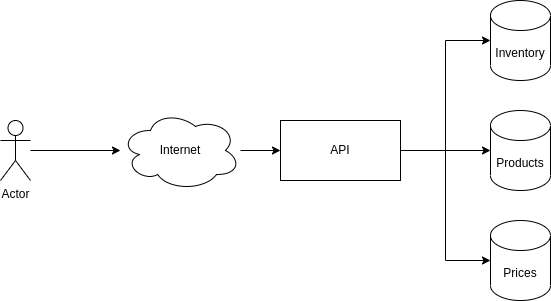
Before: public/images/posts/whats-an-api.png, a diagram exported from draw.io (alonsogutierrez/prodev-perspectives-fe). Source tidied: cells renumbered, new cells last; positions are measured from the earlier drawing's top-left corner, leaving out a move shared by most shapes.
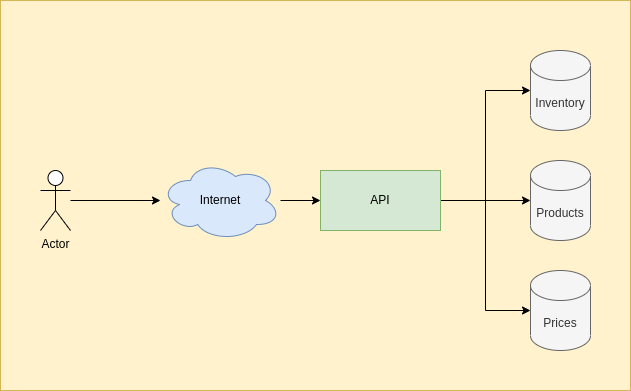
The same file after the commit.

Diff of the diagram source:
```diff
@@ -2,38 +2,41 @@
   <root>
     <mxCell id="0" />
     <mxCell id="1" parent="0" />
-    <mxCell id="2" style="edgeStyle=orthogonalEdgeStyle;rounded=0;jettySize=auto;html=1;" parent="1" edge="1" source="3" target="5">
-      <mxGeometry relative="1" as="geometry" />
+    <mxCell id="2" style="rounded=0;whiteSpace=wrap;html=1;fillColor=#fff2cc;strokeColor=#d6b656;" parent="1" vertex="1">
+      <mxGeometry x="-40" y="60" width="630" height="390" as="geometry" />
     </mxCell>
-    <mxCell id="3" value="Actor" style="shape=umlActor;verticalLabelPosition=bottom;verticalAlign=top;html=1;outlineConnect=0;" parent="1" vertex="1">
-      <mxGeometry y="120" width="30" height="60" as="geometry" />
+    <mxCell id="3" style="edgeStyle=orthogonalEdgeStyle;rounded=0;jettySize=auto;html=1;" parent="1" edge="1" source="4" target="6">
+      <mxGeometry relative="1" as="geometry" />
     </mxCell>
-    <mxCell id="4" style="edgeStyle=orthogonalEdgeStyle;rounded=0;jettySize=auto;html=1;" parent="1" edge="1" source="5" target="9">
-      <mxGeometry relative="1" as="geometry" />
+    <mxCell id="4" value="Actor" style="shape=umlActor;verticalLabelPosition=bottom;verticalAlign=top;html=1;outlineConnect=0;" parent="1" vertex="1">
+      <mxGeometry y="230" width="30" height="60" as="geometry" />
     </mxCell>
-    <mxCell id="5" value="Internet" style="ellipse;shape=cloud;whiteSpace=wrap;html=1;" parent="1" vertex="1">
-      <mxGeometry x="120" y="110" width="120" height="80" as="geometry" />
+    <mxCell id="5" style="edgeStyle=orthogonalEdgeStyle;rounded=0;jettySize=auto;html=1;" parent="1" edge="1" source="6" target="10">
+      <mxGeometry relative="1" as="geometry" />
     </mxCell>
-    <mxCell id="6" style="edgeStyle=orthogonalEdgeStyle;rounded=0;jettySize=auto;html=1;entryX=0;entryY=0.5;entryDx=0;entryDy=0;entryPerimeter=0;" parent="1" edge="1" source="9" target="10">
-      <mxGeometry relative="1" as="geometry" />
+    <mxCell id="6" value="Internet" style="ellipse;shape=cloud;whiteSpace=wrap;html=1;fillColor=#dae8fc;strokeColor=#6c8ebf;" parent="1" vertex="1">
+      <mxGeometry x="120" y="220" width="120" height="80" as="geometry" />
     </mxCell>
-    <mxCell id="7" style="edgeStyle=orthogonalEdgeStyle;rounded=0;jettySize=auto;html=1;" parent="1" edge="1" source="9" target="11">
+    <mxCell id="7" style="edgeStyle=orthogonalEdgeStyle;rounded=0;jettySize=auto;html=1;entryX=0;entryY=0.5;entryDx=0;entryDy=0;entryPerimeter=0;" parent="1" edge="1" source="10" target="11">
       <mxGeometry relative="1" as="geometry" />
     </mxCell>
-    <mxCell id="8" style="edgeStyle=orthogonalEdgeStyle;rounded=0;jettySize=auto;html=1;entryX=0;entryY=0.5;entryDx=0;entryDy=0;entryPerimeter=0;" parent="1" edge="1" source="9" target="12">
+    <mxCell id="8" style="edgeStyle=orthogonalEdgeStyle;rounded=0;jettySize=auto;html=1;" parent="1" edge="1" source="10" target="12">
       <mxGeometry relative="1" as="geometry" />
     </mxCell>
-    <mxCell id="9" value="API" style="rounded=0;whiteSpace=wrap;html=1;" parent="1" vertex="1">
-      <mxGeometry x="280" y="120" width="120" height="60" as="geometry" />
+    <mxCell id="9" style="edgeStyle=orthogonalEdgeStyle;rounded=0;jettySize=auto;html=1;entryX=0;entryY=0.5;entryDx=0;entryDy=0;entryPerimeter=0;" parent="1" edge="1" source="10" target="13">
+      <mxGeometry relative="1" as="geometry" />
     </mxCell>
-    <mxCell id="10" value="Inventory" style="shape=cylinder3;whiteSpace=wrap;html=1;boundedLbl=1;backgroundOutline=1;size=15;" parent="1" vertex="1">
-      <mxGeometry x="490" width="60" height="80" as="geometry" />
+    <mxCell id="10" value="API" style="rounded=0;whiteSpace=wrap;html=1;fillColor=#d5e8d4;strokeColor=#82b366;" parent="1" vertex="1">
+      <mxGeometry x="280" y="230" width="120" height="60" as="geometry" />
     </mxCell>
-    <mxCell id="11" value="Products" style="shape=cylinder3;whiteSpace=wrap;html=1;boundedLbl=1;backgroundOutline=1;size=15;" parent="1" vertex="1">
+    <mxCell id="11" value="Inventory" style="shape=cylinder3;whiteSpace=wrap;html=1;boundedLbl=1;backgroundOutline=1;size=15;fillColor=#f5f5f5;fontColor=#333333;strokeColor=#666666;" parent="1" vertex="1">
       <mxGeometry x="490" y="110" width="60" height="80" as="geometry" />
     </mxCell>
-    <mxCell id="12" value="Prices" style="shape=cylinder3;whiteSpace=wrap;html=1;boundedLbl=1;backgroundOutline=1;size=15;" parent="1" vertex="1">
+    <mxCell id="12" value="Products" style="shape=cylinder3;whiteSpace=wrap;html=1;boundedLbl=1;backgroundOutline=1;size=15;fillColor=#f5f5f5;strokeColor=#666666;fontColor=#333333;" parent="1" vertex="1">
       <mxGeometry x="490" y="220" width="60" height="80" as="geometry" />
     </mxCell>
+    <mxCell id="13" value="Prices" style="shape=cylinder3;whiteSpace=wrap;html=1;boundedLbl=1;backgroundOutline=1;size=15;fillColor=#f5f5f5;strokeColor=#666666;fontColor=#333333;" parent="1" vertex="1">
+      <mxGeometry x="490" y="330" width="60" height="80" as="geometry" />
+    </mxCell>
   </root>
 </mxGraphModel>
```
